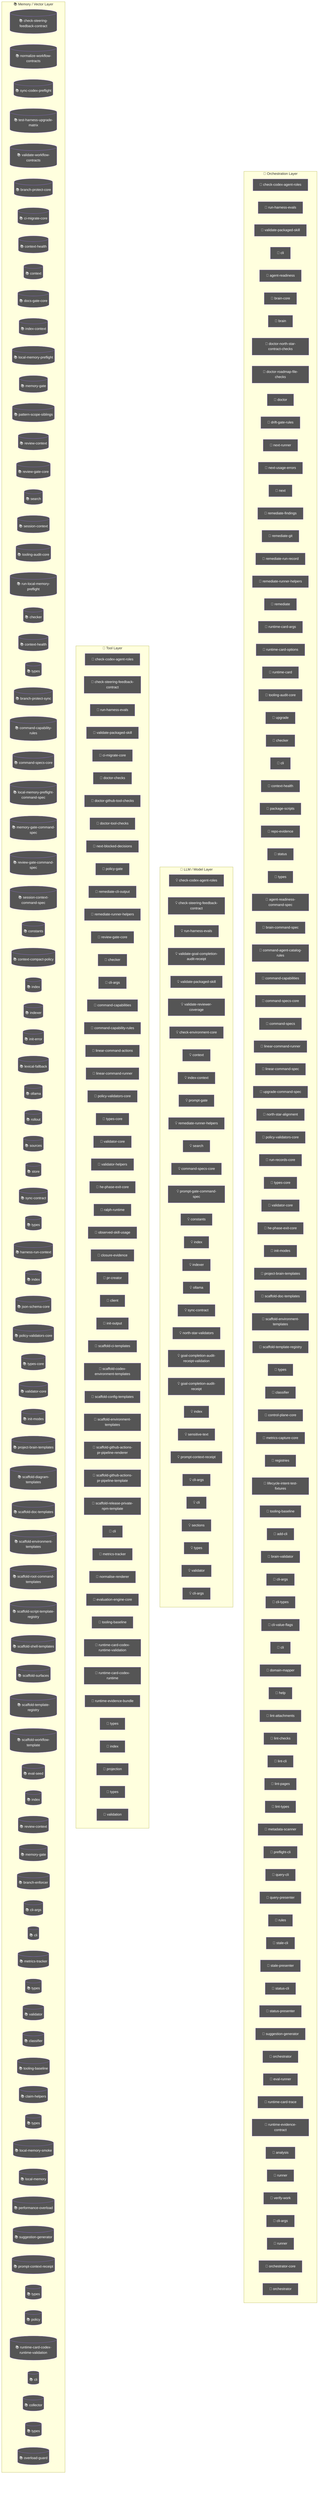
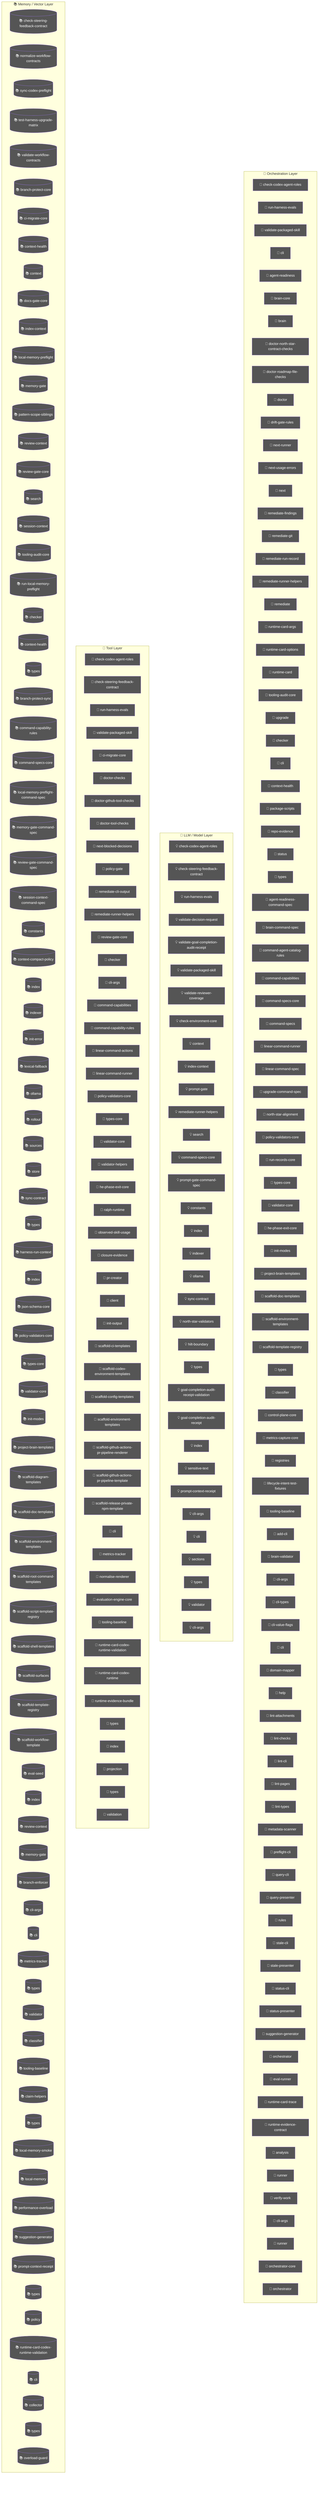
flowchart TD
  subgraph Orchestration["🎯 Orchestration Layer"]
    node_agent_mmd_orchestration_layer_orchestration_chec_7a9f0b64["🤖 check-codex-agent-roles"]
    node_agent_mmd_orchestration_layer_orchestration_run__18817957["🤖 run-harness-evals"]
    node_agent_mmd_orchestration_layer_orchestration_vali_c01b04be["🤖 validate-packaged-skill"]
    cli_99bb8840["🤖 cli"]
    agent_readiness_c82c68e6["🤖 agent-readiness"]
    brain_core_aa07c380["🤖 brain-core"]
    brain_bbbf7a64["🤖 brain"]
    doctor_north_star_contract_checks_0048124c["🤖 doctor-north-star-contract-checks"]
    doctor_roadmap_file_checks_14447b8e["🤖 doctor-roadmap-file-checks"]
    doctor_72f4be89["🤖 doctor"]
    drift_gate_rules_9685e72d["🤖 drift-gate-rules"]
    next_runner_41643472["🤖 next-runner"]
    next_usage_errors_837a345a["🤖 next-usage-errors"]
    next_c6c1c9a9["🤖 next"]
    remediate_findings_8b09c8c6["🤖 remediate-findings"]
    remediate_git_58c6f6f4["🤖 remediate-git"]
    remediate_run_record_9dfe5dc1["🤖 remediate-run-record"]
    node_agent_mmd_orchestration_layer_orchestration_reme_359fe98f["🤖 remediate-runner-helpers"]
    remediate_06b9c7fc["🤖 remediate"]
    runtime_card_args_2b3d4b28["🤖 runtime-card-args"]
    runtime_card_options_c9156ad5["🤖 runtime-card-options"]
    runtime_card_e06b53e1["🤖 runtime-card"]
    node_agent_mmd_orchestration_layer_orchestration_tool_acfe0c01["🤖 tooling-audit-core"]
    upgrade_7fef9479["🤖 upgrade"]
    node_agent_mmd_orchestration_layer_orchestration_chec_0550c395["🤖 checker"]
    cli_1_084e05fe["🤖 cli"]
    node_agent_mmd_orchestration_layer_orchestration_cont_61b3b9c9["🤖 context-health"]
    package_scripts_3ee6150f["🤖 package-scripts"]
    repo_evidence_38bb1de5["🤖 repo-evidence"]
    status_073c1634["🤖 status"]
    node_agent_mmd_orchestration_layer_orchestration_type_4f906dcc["🤖 types"]
    agent_readiness_command_spec_a30c2c1e["🤖 agent-readiness-command-spec"]
    brain_command_spec_15b122d5["🤖 brain-command-spec"]
    command_agent_catalog_rules_8e06b2af["🤖 command-agent-catalog-rules"]
    node_agent_mmd_orchestration_layer_orchestration_comm_6e41a7f7["🤖 command-capabilities"]
    node_agent_mmd_orchestration_layer_orchestration_comm_1f8cc24c["🤖 command-specs-core"]
    command_specs_69167c63["🤖 command-specs"]
    node_agent_mmd_orchestration_layer_orchestration_line_b67affd5["🤖 linear-command-runner"]
    linear_command_spec_1e12dd44["🤖 linear-command-spec"]
    upgrade_command_spec_03f6c7bd["🤖 upgrade-command-spec"]
    north_star_alignment_00440188["🤖 north-star-alignment"]
    node_agent_mmd_orchestration_layer_orchestration_poli_3270b55d["🤖 policy-validators-core"]
    run_records_core_89286dfa["🤖 run-records-core"]
    node_agent_mmd_orchestration_layer_orchestration_type_7cf81261["🤖 types-core"]
    node_agent_mmd_orchestration_layer_orchestration_vali_d9fe99e6["🤖 validator-core"]
    node_agent_mmd_orchestration_layer_orchestration_he_p_fc778c24["🤖 he-phase-exit-core"]
    node_agent_mmd_orchestration_layer_orchestration_init_2a9c3ecb["🤖 init-modes"]
    node_agent_mmd_orchestration_layer_orchestration_proj_6ab6f60f["🤖 project-brain-templates"]
    node_agent_mmd_orchestration_layer_orchestration_scaf_12cc07db["🤖 scaffold-doc-templates"]
    node_agent_mmd_orchestration_layer_orchestration_scaf_c9a90c2f["🤖 scaffold-environment-templates"]
    node_agent_mmd_orchestration_layer_orchestration_scaf_ff8f92f6["🤖 scaffold-template-registry"]
    types_13_d025517b["🤖 types"]
    node_agent_mmd_orchestration_layer_orchestration_clas_899b821a["🤖 classifier"]
    control_plane_core_db3b4cb2["🤖 control-plane-core"]
    metrics_capture_core_db4bf7cf["🤖 metrics-capture-core"]
    registries_06402afa["🤖 registries"]
    lifecycle_intent_test_fixtures_a53c7ada["🤖 lifecycle-intent-test-fixtures"]
    node_agent_mmd_orchestration_layer_orchestration_tool_cc43149f["🤖 tooling-baseline"]
    add_cli_7614de25["🤖 add-cli"]
    brain_validator_be251832["🤖 brain-validator"]
    cli_args_8_d546936e["🤖 cli-args"]
    cli_types_1686e858["🤖 cli-types"]
    cli_value_flags_732a8e43["🤖 cli-value-flags"]
    cli_9_b54c1407["🤖 cli"]
    domain_mapper_cd9333d2["🤖 domain-mapper"]
    help_106a5842["🤖 help"]
    lint_attachments_873c0632["🤖 lint-attachments"]
    lint_checks_83522b19["🤖 lint-checks"]
    lint_cli_9ec62ec0["🤖 lint-cli"]
    lint_pages_e33301d0["🤖 lint-pages"]
    lint_types_2862c255["🤖 lint-types"]
    metadata_scanner_6a101b66["🤖 metadata-scanner"]
    preflight_cli_5d148379["🤖 preflight-cli"]
    query_cli_b95be64d["🤖 query-cli"]
    query_presenter_02e6077c["🤖 query-presenter"]
    rules_6c621d1a["🤖 rules"]
    stale_cli_64548720["🤖 stale-cli"]
    stale_presenter_1de4e3a2["🤖 stale-presenter"]
    status_cli_4c24a0d6["🤖 status-cli"]
    status_presenter_8de686c1["🤖 status-presenter"]
    node_agent_mmd_orchestration_layer_orchestration_sugg_85c5ebe3["🤖 suggestion-generator"]
    orchestrator_11376b7e["🤖 orchestrator"]
    eval_runner_0966a6b3["🤖 eval-runner"]
    runtime_card_trace_64a5ca95["🤖 runtime-card-trace"]
    runtime_evidence_contract_0f7b15b2["🤖 runtime-evidence-contract"]
    analysis_f44e85c4["🤖 analysis"]
    runner_527aa9f4["🤖 runner"]
    verify_work_1_cd8e7ec3["🤖 verify-work"]
    cli_args_14_3481043e["🤖 cli-args"]
    runner_1_6f281bf8["🤖 runner"]
    orchestrator_core_d0678b53["🤖 orchestrator-core"]
    orchestrator_1_6b7137c5["🤖 orchestrator"]
  end
  subgraph LLMLayer["🧠 LLM / Model Layer"]
    node_agent_mmd_llm_model_layer_llmlayer_check_codex_a_29e7b7fa["💡 check-codex-agent-roles"]
    node_agent_mmd_llm_model_layer_llmlayer_check_steerin_a7dbbd2f["💡 check-steering-feedback-contract"]
    node_agent_mmd_llm_model_layer_llmlayer_run_harness_e_603fcfdc["💡 run-harness-evals"]
+     validate_decision_request_2e5c325e["💡 validate-decision-request"]
    validate_goal_completion_audit_receipt_100d252c["💡 validate-goal-completion-audit-receipt"]
    node_agent_mmd_llm_model_layer_llmlayer_validate_pack_2a12e1f4["💡 validate-packaged-skill"]
    validate_reviewer_coverage_251efee3["💡 validate-reviewer-coverage"]
    check_environment_core_2c16213f["💡 check-environment-core"]
    node_agent_mmd_llm_model_layer_llmlayer_context_conte_ad2dfbd9["💡 context"]
    node_agent_mmd_llm_model_layer_llmlayer_index_context_1041bd11["💡 index-context"]
    prompt_gate_c5e9d207["💡 prompt-gate"]
    node_agent_mmd_llm_model_layer_llmlayer_remediate_run_9e3d4585["💡 remediate-runner-helpers"]
    node_agent_mmd_llm_model_layer_llmlayer_search_search_66b9a911["💡 search"]
    node_agent_mmd_llm_model_layer_llmlayer_command_specs_782af9fa["💡 command-specs-core"]
    prompt_gate_command_spec_9a941482["💡 prompt-gate-command-spec"]
    node_agent_mmd_llm_model_layer_llmlayer_constants_con_c9bd3f6c["💡 constants"]
    node_agent_mmd_llm_model_layer_llmlayer_index_index_1_02e160ff["💡 index"]
    node_agent_mmd_llm_model_layer_llmlayer_indexer_index_4f4deef5["💡 indexer"]
    node_agent_mmd_llm_model_layer_llmlayer_ollama_ollama_968b23fa["💡 ollama"]
    node_agent_mmd_llm_model_layer_llmlayer_sync_contract_9f3cc8c1["💡 sync-contract"]
    north_star_validators_cfc926ce["💡 north-star-validators"]
+     hilt_boundary_9b36fb15["💡 hilt-boundary"]
+     types_7_2f1ed65e["💡 types"]
    goal_completion_audit_receipt_validation_9d0f4891["💡 goal-completion-audit-receipt-validation"]
    goal_completion_audit_receipt_5e4939c3["💡 goal-completion-audit-receipt"]
    index_2_10143590["💡 index"]
    sensitive_text_7c11f760["💡 sensitive-text"]
    node_agent_mmd_llm_model_layer_llmlayer_index_index_1_02e160ff["💡 index"]
    node_agent_mmd_llm_model_layer_llmlayer_prompt_contex_6426acc2["💡 prompt-context-receipt"]
    cli_args_9_9c136878["💡 cli-args"]
    cli_10_35dc8cbd["💡 cli"]
    sections_4697ef32["💡 sections"]
    types_23_4352ee2e["💡 types"]
    validator_6_3688adbf["💡 validator"]
    cli_args_10_861cdd3f["💡 cli-args"]
  end
  subgraph ToolLayer["🔧 Tool Layer"]
    node_agent_mmd_tool_layer_toollayer_check_codex_agent_4b361d5a["🔧 check-codex-agent-roles"]
    node_agent_mmd_tool_layer_toollayer_check_steering_fe_84ed22c2["🔧 check-steering-feedback-contract"]
    node_agent_mmd_tool_layer_toollayer_run_harness_evals_e2ee24f1["🔧 run-harness-evals"]
    node_agent_mmd_tool_layer_toollayer_validate_packaged_2855c827["🔧 validate-packaged-skill"]
    node_agent_mmd_tool_layer_toollayer_ci_migrate_core_c_049f8460["🔧 ci-migrate-core"]
    doctor_checks_5a2eb2b9["🔧 doctor-checks"]
    doctor_github_tool_checks_a53b0382["🔧 doctor-github-tool-checks"]
    doctor_tool_checks_4acac51a["🔧 doctor-tool-checks"]
    next_blocked_decisions_4140ad2b["🔧 next-blocked-decisions"]
    policy_gate_213f7313["🔧 policy-gate"]
    remediate_cli_output_cc165396["🔧 remediate-cli-output"]
    node_agent_mmd_tool_layer_toollayer_remediate_runner__c003b871["🔧 remediate-runner-helpers"]
    node_agent_mmd_tool_layer_toollayer_review_gate_core__7704598b["🔧 review-gate-core"]
    node_agent_mmd_tool_layer_toollayer_checker_checker_2_453d593b["🔧 checker"]
    cli_args_1_6144b055["🔧 cli-args"]
    node_agent_mmd_tool_layer_toollayer_command_capabilit_7fe13db1["🔧 command-capabilities"]
    node_agent_mmd_tool_layer_toollayer_command_capabilit_e97a4615["🔧 command-capability-rules"]
    linear_command_actions_e430f4f4["🔧 linear-command-actions"]
    node_agent_mmd_tool_layer_toollayer_linear_command_ru_d6763748["🔧 linear-command-runner"]
    node_agent_mmd_tool_layer_toollayer_policy_validators_af136abf["🔧 policy-validators-core"]
    node_agent_mmd_tool_layer_toollayer_types_core_types__6c8319b6["🔧 types-core"]
    node_agent_mmd_tool_layer_toollayer_validator_core_va_6ef6131f["🔧 validator-core"]
    validator_helpers_7b927667["🔧 validator-helpers"]
    node_agent_mmd_tool_layer_toollayer_he_phase_exit_cor_af016160["🔧 he-phase-exit-core"]
    ralph_runtime_73d63c0e["🔧 ralph-runtime"]
    observed_skill_usage_ed7d5930["🔧 observed-skill-usage"]
    closure_evidence_aaa31467["🔧 closure-evidence"]
    pr_creator_dc6b1ea4["🔧 pr-creator"]
    client_948fe603["🔧 client"]
    init_output_360dce91["🔧 init-output"]
    scaffold_ci_templates_2afd6392["🔧 scaffold-ci-templates"]
    scaffold_codex_environment_templates_334fbbed["🔧 scaffold-codex-environment-templates"]
    scaffold_config_templates_4b80ce53["🔧 scaffold-config-templates"]
    node_agent_mmd_tool_layer_toollayer_scaffold_environm_c1afc013["🔧 scaffold-environment-templates"]
    scaffold_github_actions_pr_pipeline_renderer_1ee18de5["🔧 scaffold-github-actions-pr-pipeline-renderer"]
    scaffold_github_actions_pr_pipeline_template_e2b85f62["🔧 scaffold-github-actions-pr-pipeline-template"]
    scaffold_release_private_npm_template_075499f8["🔧 scaffold-release-private-npm-template"]
    node_agent_mmd_tool_layer_toollayer_cli_cli_2_1_32d9eeaf["🔧 cli"]
    node_agent_mmd_tool_layer_toollayer_metrics_tracker_m_4c9237d8["🔧 metrics-tracker"]
    normalise_renderer_85f2e563["🔧 normalise-renderer"]
    evaluation_engine_core_e054fe49["🔧 evaluation-engine-core"]
    node_agent_mmd_tool_layer_toollayer_tooling_baseline__61e66e9f["🔧 tooling-baseline"]
    node_agent_mmd_tool_layer_toollayer_runtime_card_code_3636ceac["🔧 runtime-card-codex-runtime-validation"]
    runtime_card_codex_runtime_0655e230["🔧 runtime-card-codex-runtime"]
    runtime_evidence_bundle_d471a232["🔧 runtime-evidence-bundle"]
    types_32_bfe791ff["🔧 types"]
    index_12_762ec91b["🔧 index"]
    projection_1b250ea1["🔧 projection"]
    types_34_85e6a0bb["🔧 types"]
    validation_4_62980ebd["🔧 validation"]
  end
  subgraph MemoryLayer["📚 Memory / Vector Layer"]
    node_agent_mmd_memory_vector_layer_memorylayer_check__d71f8993[("📚 check-steering-feedback-contract")]
    normalize_workflow_contracts_8701f1c8[("📚 normalize-workflow-contracts")]
    sync_codex_preflight_7e7a8dc2[("📚 sync-codex-preflight")]
    test_harness_upgrade_matrix_84113c4e[("📚 test-harness-upgrade-matrix")]
    validate_workflow_contracts_33dc063c[("📚 validate-workflow-contracts")]
    branch_protect_core_a8feb0fd[("📚 branch-protect-core")]
    node_agent_mmd_memory_vector_layer_memorylayer_ci_mig_0cd5b1a4[("📚 ci-migrate-core")]
    context_health_80bb7da9[("📚 context-health")]
    node_agent_mmd_memory_vector_layer_memorylayer_contex_78ceaaa9[("📚 context")]
    docs_gate_core_eb9b6c18[("📚 docs-gate-core")]
    node_agent_mmd_memory_vector_layer_memorylayer_index__6f3402d0[("📚 index-context")]
    local_memory_preflight_dcc36c42[("📚 local-memory-preflight")]
    memory_gate_a577a506[("📚 memory-gate")]
    pattern_scope_siblings_43abe000[("📚 pattern-scope-siblings")]
    review_context_ca6cf81d[("📚 review-context")]
    node_agent_mmd_memory_vector_layer_memorylayer_review_5bee9816[("📚 review-gate-core")]
    node_agent_mmd_memory_vector_layer_memorylayer_search_ac35cb7e[("📚 search")]
    session_context_e5ec72c0[("📚 session-context")]
    node_agent_mmd_memory_vector_layer_memorylayer_toolin_a1185b8f[("📚 tooling-audit-core")]
    run_local_memory_preflight_36e92808[("📚 run-local-memory-preflight")]
    node_agent_mmd_memory_vector_layer_memorylayer_checke_a583eb4f[("📚 checker")]
    node_agent_mmd_memory_vector_layer_memorylayer_contex_fe0865d6[("📚 context-health")]
    node_agent_mmd_memory_vector_layer_memorylayer_types__9ad640a0[("📚 types")]
    branch_protect_sync_570adb18[("📚 branch-protect-sync")]
    node_agent_mmd_memory_vector_layer_memorylayer_comman_c72a5d05[("📚 command-capability-rules")]
    node_agent_mmd_memory_vector_layer_memorylayer_comman_111eb454[("📚 command-specs-core")]
    local_memory_preflight_command_spec_9e23f3ce[("📚 local-memory-preflight-command-spec")]
    memory_gate_command_spec_dc9001a9[("📚 memory-gate-command-spec")]
    review_gate_command_spec_3187376a[("📚 review-gate-command-spec")]
    session_context_command_spec_973afbb1[("📚 session-context-command-spec")]
    node_agent_mmd_memory_vector_layer_memorylayer_consta_702d3f46[("📚 constants")]
    context_compact_policy_3dcaf95d[("📚 context-compact-policy")]
    node_agent_mmd_memory_vector_layer_memorylayer_index__752bc61e[("📚 index")]
    node_agent_mmd_memory_vector_layer_memorylayer_indexe_93e6d86f[("📚 indexer")]
    init_error_5c7dd49f[("📚 init-error")]
    lexical_fallback_723e2b3e[("📚 lexical-fallback")]
    node_agent_mmd_memory_vector_layer_memorylayer_ollama_6d51be16[("📚 ollama")]
    rollout_a4fa034c[("📚 rollout")]
    sources_878a52fc[("📚 sources")]
    store_824d80d7[("📚 store")]
    node_agent_mmd_memory_vector_layer_memorylayer_sync_c_e43418bc[("📚 sync-contract")]
    types_5_f869ec4b[("📚 types")]
    harness_run_context_ac7c77a9[("📚 harness-run-context")]
    index_1_faebc14e[("📚 index")]
    json_schema_core_96d7e328[("📚 json-schema-core")]
    node_agent_mmd_memory_vector_layer_memorylayer_policy_1944de42[("📚 policy-validators-core")]
    node_agent_mmd_memory_vector_layer_memorylayer_types__83f369fa[("📚 types-core")]
    node_agent_mmd_memory_vector_layer_memorylayer_valida_41034356[("📚 validator-core")]
    node_agent_mmd_memory_vector_layer_memorylayer_init_m_333d02c5[("📚 init-modes")]
    node_agent_mmd_memory_vector_layer_memorylayer_projec_3ae304d9[("📚 project-brain-templates")]
    scaffold_diagram_templates_dd88e83c[("📚 scaffold-diagram-templates")]
    node_agent_mmd_memory_vector_layer_memorylayer_scaffo_5fd73b94[("📚 scaffold-doc-templates")]
    node_agent_mmd_memory_vector_layer_memorylayer_scaffo_12b42341[("📚 scaffold-environment-templates")]
    scaffold_root_command_templates_404fed7f[("📚 scaffold-root-command-templates")]
    scaffold_script_template_registry_69312d4e[("📚 scaffold-script-template-registry")]
    scaffold_shell_templates_0ad0f915[("📚 scaffold-shell-templates")]
    scaffold_surfaces_12d6494e[("📚 scaffold-surfaces")]
    node_agent_mmd_memory_vector_layer_memorylayer_scaffo_a86eece1[("📚 scaffold-template-registry")]
    scaffold_workflow_template_92310587[("📚 scaffold-workflow-template")]
    eval_seed_5699fd3e[("📚 eval-seed")]
    index_6_fc9e91e2[("📚 index")]
    review_context_1_e3afed15[("📚 review-context")]
    memory_gate_1_265164ac[("📚 memory-gate")]
    branch_enforcer_acb749cd[("📚 branch-enforcer")]
    cli_args_5_09ea29f0[("📚 cli-args")]
    node_agent_mmd_memory_vector_layer_memorylayer_cli_cl_1f1f89ab[("📚 cli")]
    node_agent_mmd_memory_vector_layer_memorylayer_metric_12562178[("📚 metrics-tracker")]
    types_15_86775c96[("📚 types")]
    validator_4_5180cf23[("📚 validator")]
    node_agent_mmd_memory_vector_layer_memorylayer_classi_1ebbf5ff[("📚 classifier")]
    node_agent_mmd_memory_vector_layer_memorylayer_toolin_14f86b00[("📚 tooling-baseline")]
    claim_helpers_20dc8387[("📚 claim-helpers")]
    types_20_071a0112[("📚 types")]
    local_memory_smoke_1175abfc[("📚 local-memory-smoke")]
    local_memory_0db17ecc[("📚 local-memory")]
    performance_overload_c685bfcf[("📚 performance-overload")]
    node_agent_mmd_memory_vector_layer_memorylayer_sugges_267f408d[("📚 suggestion-generator")]
    node_agent_mmd_memory_vector_layer_memorylayer_index__752bc61e[("📚 index")]
    node_agent_mmd_memory_vector_layer_memorylayer_prompt_55c0d605[("📚 prompt-context-receipt")]
    types_27_4d134744[("📚 types")]
    policy_1_fc4198db[("📚 policy")]
    node_agent_mmd_memory_vector_layer_memorylayer_runtim_a5d23e7f[("📚 runtime-card-codex-runtime-validation")]
    cli_11_338a8415[("📚 cli")]
    collector_0736fd5b[("📚 collector")]
    types_30_424b976c[("📚 types")]
    overload_guard_2748c559[("📚 overload-guard")]
  end
  classDef agentNode fill:#555,color:#fff
  class node_agent_mmd_orchestration_layer_orchestration_chec_7a9f0b64,node_agent_mmd_llm_model_layer_llmlayer_check_codex_a_29e7b7fa,node_agent_mmd_tool_layer_toollayer_check_codex_agent_4b361d5a,node_agent_mmd_orchestration_layer_orchestration_run__18817957,node_agent_mmd_llm_model_layer_llmlayer_run_harness_e_603fcfdc,node_agent_mmd_tool_layer_toollayer_run_harness_evals_e2ee24f1,node_agent_mmd_orchestration_layer_orchestration_vali_c01b04be,node_agent_mmd_llm_model_layer_llmlayer_validate_pack_2a12e1f4,node_agent_mmd_tool_layer_toollayer_validate_packaged_2855c827,cli_99bb8840,agent_readiness_c82c68e6,brain_core_aa07c380,brain_bbbf7a64,doctor_north_star_contract_checks_0048124c,doctor_roadmap_file_checks_14447b8e,doctor_72f4be89,drift_gate_rules_9685e72d,next_runner_41643472,next_usage_errors_837a345a,next_c6c1c9a9,remediate_findings_8b09c8c6,remediate_git_58c6f6f4,remediate_run_record_9dfe5dc1,node_agent_mmd_orchestration_layer_orchestration_reme_359fe98f,node_agent_mmd_llm_model_layer_llmlayer_remediate_run_9e3d4585,node_agent_mmd_tool_layer_toollayer_remediate_runner__c003b871,remediate_06b9c7fc,runtime_card_args_2b3d4b28,runtime_card_options_c9156ad5,runtime_card_e06b53e1,node_agent_mmd_orchestration_layer_orchestration_tool_acfe0c01,node_agent_mmd_memory_vector_layer_memorylayer_toolin_a1185b8f,upgrade_7fef9479,node_agent_mmd_orchestration_layer_orchestration_chec_0550c395,node_agent_mmd_tool_layer_toollayer_checker_checker_2_453d593b,node_agent_mmd_memory_vector_layer_memorylayer_checke_a583eb4f,cli_1_084e05fe,node_agent_mmd_orchestration_layer_orchestration_cont_61b3b9c9,node_agent_mmd_memory_vector_layer_memorylayer_contex_fe0865d6,package_scripts_3ee6150f,repo_evidence_38bb1de5,status_073c1634,node_agent_mmd_orchestration_layer_orchestration_type_4f906dcc,node_agent_mmd_memory_vector_layer_memorylayer_types__9ad640a0,agent_readiness_command_spec_a30c2c1e,brain_command_spec_15b122d5,command_agent_catalog_rules_8e06b2af,node_agent_mmd_orchestration_layer_orchestration_comm_6e41a7f7,node_agent_mmd_tool_layer_toollayer_command_capabilit_7fe13db1,node_agent_mmd_orchestration_layer_orchestration_comm_1f8cc24c,node_agent_mmd_llm_model_layer_llmlayer_command_specs_782af9fa,node_agent_mmd_memory_vector_layer_memorylayer_comman_111eb454,command_specs_69167c63,node_agent_mmd_orchestration_layer_orchestration_line_b67affd5,node_agent_mmd_tool_layer_toollayer_linear_command_ru_d6763748,linear_command_spec_1e12dd44,upgrade_command_spec_03f6c7bd,north_star_alignment_00440188,node_agent_mmd_orchestration_layer_orchestration_poli_3270b55d,node_agent_mmd_tool_layer_toollayer_policy_validators_af136abf,node_agent_mmd_memory_vector_layer_memorylayer_policy_1944de42,run_records_core_89286dfa,node_agent_mmd_orchestration_layer_orchestration_type_7cf81261,node_agent_mmd_tool_layer_toollayer_types_core_types__6c8319b6,node_agent_mmd_memory_vector_layer_memorylayer_types__83f369fa,node_agent_mmd_orchestration_layer_orchestration_vali_d9fe99e6,node_agent_mmd_tool_layer_toollayer_validator_core_va_6ef6131f,node_agent_mmd_memory_vector_layer_memorylayer_valida_41034356,node_agent_mmd_orchestration_layer_orchestration_he_p_fc778c24,node_agent_mmd_tool_layer_toollayer_he_phase_exit_cor_af016160,node_agent_mmd_orchestration_layer_orchestration_init_2a9c3ecb,node_agent_mmd_memory_vector_layer_memorylayer_init_m_333d02c5,node_agent_mmd_orchestration_layer_orchestration_proj_6ab6f60f,node_agent_mmd_memory_vector_layer_memorylayer_projec_3ae304d9,node_agent_mmd_orchestration_layer_orchestration_scaf_12cc07db,node_agent_mmd_memory_vector_layer_memorylayer_scaffo_5fd73b94,node_agent_mmd_orchestration_layer_orchestration_scaf_c9a90c2f,node_agent_mmd_tool_layer_toollayer_scaffold_environm_c1afc013,node_agent_mmd_memory_vector_layer_memorylayer_scaffo_12b42341,node_agent_mmd_orchestration_layer_orchestration_scaf_ff8f92f6,node_agent_mmd_memory_vector_layer_memorylayer_scaffo_a86eece1,types_13_d025517b,node_agent_mmd_orchestration_layer_orchestration_clas_899b821a,node_agent_mmd_memory_vector_layer_memorylayer_classi_1ebbf5ff,control_plane_core_db3b4cb2,metrics_capture_core_db4bf7cf,registries_06402afa,lifecycle_intent_test_fixtures_a53c7ada,node_agent_mmd_orchestration_layer_orchestration_tool_cc43149f,node_agent_mmd_tool_layer_toollayer_tooling_baseline__61e66e9f,node_agent_mmd_memory_vector_layer_memorylayer_toolin_14f86b00,add_cli_7614de25,brain_validator_be251832,cli_args_8_d546936e,cli_types_1686e858,cli_value_flags_732a8e43,cli_9_b54c1407,domain_mapper_cd9333d2,help_106a5842,lint_attachments_873c0632,lint_checks_83522b19,lint_cli_9ec62ec0,lint_pages_e33301d0,lint_types_2862c255,metadata_scanner_6a101b66,preflight_cli_5d148379,query_cli_b95be64d,query_presenter_02e6077c,rules_6c621d1a,stale_cli_64548720,stale_presenter_1de4e3a2,status_cli_4c24a0d6,status_presenter_8de686c1,node_agent_mmd_orchestration_layer_orchestration_sugg_85c5ebe3,node_agent_mmd_memory_vector_layer_memorylayer_sugges_267f408d,orchestrator_11376b7e,eval_runner_0966a6b3,runtime_card_trace_64a5ca95,runtime_evidence_contract_0f7b15b2,analysis_f44e85c4,runner_527aa9f4,verify_work_1_cd8e7ec3,cli_args_14_3481043e,runner_1_6f281bf8,orchestrator_core_d0678b53,orchestrator_1_6b7137c5 agentNode
  classDef llmNode fill:#555,color:#fff
-   class node_agent_mmd_orchestration_layer_orchestration_chec_7a9f0b64,node_agent_mmd_llm_model_layer_llmlayer_check_codex_a_29e7b7fa,node_agent_mmd_tool_layer_toollayer_check_codex_agent_4b361d5a,node_agent_mmd_llm_model_layer_llmlayer_check_steerin_a7dbbd2f,node_agent_mmd_tool_layer_toollayer_check_steering_fe_84ed22c2,node_agent_mmd_memory_vector_layer_memorylayer_check__d71f8993,node_agent_mmd_orchestration_layer_orchestration_run__18817957,node_agent_mmd_llm_model_layer_llmlayer_run_harness_e_603fcfdc,node_agent_mmd_tool_layer_toollayer_run_harness_evals_e2ee24f1,validate_goal_completion_audit_receipt_100d252c,node_agent_mmd_orchestration_layer_orchestration_vali_c01b04be,node_agent_mmd_llm_model_layer_llmlayer_validate_pack_2a12e1f4,node_agent_mmd_tool_layer_toollayer_validate_packaged_2855c827,validate_reviewer_coverage_251efee3,check_environment_core_2c16213f,node_agent_mmd_llm_model_layer_llmlayer_context_conte_ad2dfbd9,node_agent_mmd_memory_vector_layer_memorylayer_contex_78ceaaa9,node_agent_mmd_llm_model_layer_llmlayer_index_context_1041bd11,node_agent_mmd_memory_vector_layer_memorylayer_index__6f3402d0,prompt_gate_c5e9d207,node_agent_mmd_orchestration_layer_orchestration_reme_359fe98f,node_agent_mmd_llm_model_layer_llmlayer_remediate_run_9e3d4585,node_agent_mmd_tool_layer_toollayer_remediate_runner__c003b871,node_agent_mmd_llm_model_layer_llmlayer_search_search_66b9a911,node_agent_mmd_memory_vector_layer_memorylayer_search_ac35cb7e,node_agent_mmd_orchestration_layer_orchestration_comm_1f8cc24c,node_agent_mmd_llm_model_layer_llmlayer_command_specs_782af9fa,node_agent_mmd_memory_vector_layer_memorylayer_comman_111eb454,prompt_gate_command_spec_9a941482,node_agent_mmd_llm_model_layer_llmlayer_constants_con_c9bd3f6c,node_agent_mmd_memory_vector_layer_memorylayer_consta_702d3f46,node_agent_mmd_llm_model_layer_llmlayer_index_index_1_02e160ff,node_agent_mmd_memory_vector_layer_memorylayer_index__752bc61e,node_agent_mmd_llm_model_layer_llmlayer_indexer_index_4f4deef5,node_agent_mmd_memory_vector_layer_memorylayer_indexe_93e6d86f,node_agent_mmd_llm_model_layer_llmlayer_ollama_ollama_968b23fa,node_agent_mmd_memory_vector_layer_memorylayer_ollama_6d51be16,node_agent_mmd_llm_model_layer_llmlayer_sync_contract_9f3cc8c1,node_agent_mmd_memory_vector_layer_memorylayer_sync_c_e43418bc,north_star_validators_cfc926ce,goal_completion_audit_receipt_validation_9d0f4891,goal_completion_audit_receipt_5e4939c3,index_2_10143590,sensitive_text_7c11f760,node_agent_mmd_llm_model_layer_llmlayer_prompt_contex_6426acc2,node_agent_mmd_memory_vector_layer_memorylayer_prompt_55c0d605,cli_args_9_9c136878,cli_10_35dc8cbd,sections_4697ef32,types_23_4352ee2e,validator_6_3688adbf,cli_args_10_861cdd3f llmNode
+   class node_agent_mmd_orchestration_layer_orchestration_chec_7a9f0b64,node_agent_mmd_llm_model_layer_llmlayer_check_codex_a_29e7b7fa,node_agent_mmd_tool_layer_toollayer_check_codex_agent_4b361d5a,node_agent_mmd_llm_model_layer_llmlayer_check_steerin_a7dbbd2f,node_agent_mmd_tool_layer_toollayer_check_steering_fe_84ed22c2,node_agent_mmd_memory_vector_layer_memorylayer_check__d71f8993,node_agent_mmd_orchestration_layer_orchestration_run__18817957,node_agent_mmd_llm_model_layer_llmlayer_run_harness_e_603fcfdc,node_agent_mmd_tool_layer_toollayer_run_harness_evals_e2ee24f1,validate_decision_request_2e5c325e,validate_goal_completion_audit_receipt_100d252c,node_agent_mmd_orchestration_layer_orchestration_vali_c01b04be,node_agent_mmd_llm_model_layer_llmlayer_validate_pack_2a12e1f4,node_agent_mmd_tool_layer_toollayer_validate_packaged_2855c827,validate_reviewer_coverage_251efee3,check_environment_core_2c16213f,node_agent_mmd_llm_model_layer_llmlayer_context_conte_ad2dfbd9,node_agent_mmd_memory_vector_layer_memorylayer_contex_78ceaaa9,node_agent_mmd_llm_model_layer_llmlayer_index_context_1041bd11,node_agent_mmd_memory_vector_layer_memorylayer_index__6f3402d0,prompt_gate_c5e9d207,node_agent_mmd_orchestration_layer_orchestration_reme_359fe98f,node_agent_mmd_llm_model_layer_llmlayer_remediate_run_9e3d4585,node_agent_mmd_tool_layer_toollayer_remediate_runner__c003b871,node_agent_mmd_llm_model_layer_llmlayer_search_search_66b9a911,node_agent_mmd_memory_vector_layer_memorylayer_search_ac35cb7e,node_agent_mmd_orchestration_layer_orchestration_comm_1f8cc24c,node_agent_mmd_llm_model_layer_llmlayer_command_specs_782af9fa,node_agent_mmd_memory_vector_layer_memorylayer_comman_111eb454,prompt_gate_command_spec_9a941482,node_agent_mmd_llm_model_layer_llmlayer_constants_con_c9bd3f6c,node_agent_mmd_memory_vector_layer_memorylayer_consta_702d3f46,node_agent_mmd_llm_model_layer_llmlayer_index_index_1_02e160ff,node_agent_mmd_memory_vector_layer_memorylayer_index__752bc61e,node_agent_mmd_llm_model_layer_llmlayer_indexer_index_4f4deef5,node_agent_mmd_memory_vector_layer_memorylayer_indexe_93e6d86f,node_agent_mmd_llm_model_layer_llmlayer_ollama_ollama_968b23fa,node_agent_mmd_memory_vector_layer_memorylayer_ollama_6d51be16,node_agent_mmd_llm_model_layer_llmlayer_sync_contract_9f3cc8c1,node_agent_mmd_memory_vector_layer_memorylayer_sync_c_e43418bc,north_star_validators_cfc926ce,hilt_boundary_9b36fb15,types_7_2f1ed65e,goal_completion_audit_receipt_validation_9d0f4891,goal_completion_audit_receipt_5e4939c3,index_2_10143590,sensitive_text_7c11f760,node_agent_mmd_llm_model_layer_llmlayer_prompt_contex_6426acc2,node_agent_mmd_memory_vector_layer_memorylayer_prompt_55c0d605,cli_args_9_9c136878,cli_10_35dc8cbd,sections_4697ef32,types_23_4352ee2e,validator_6_3688adbf,cli_args_10_861cdd3f llmNode
  classDef toolNode fill:#555,color:#fff
  class node_agent_mmd_orchestration_layer_orchestration_chec_7a9f0b64,node_agent_mmd_llm_model_layer_llmlayer_check_codex_a_29e7b7fa,node_agent_mmd_tool_layer_toollayer_check_codex_agent_4b361d5a,node_agent_mmd_llm_model_layer_llmlayer_check_steerin_a7dbbd2f,node_agent_mmd_tool_layer_toollayer_check_steering_fe_84ed22c2,node_agent_mmd_memory_vector_layer_memorylayer_check__d71f8993,node_agent_mmd_orchestration_layer_orchestration_run__18817957,node_agent_mmd_llm_model_layer_llmlayer_run_harness_e_603fcfdc,node_agent_mmd_tool_layer_toollayer_run_harness_evals_e2ee24f1,node_agent_mmd_orchestration_layer_orchestration_vali_c01b04be,node_agent_mmd_llm_model_layer_llmlayer_validate_pack_2a12e1f4,node_agent_mmd_tool_layer_toollayer_validate_packaged_2855c827,node_agent_mmd_tool_layer_toollayer_ci_migrate_core_c_049f8460,node_agent_mmd_memory_vector_layer_memorylayer_ci_mig_0cd5b1a4,doctor_checks_5a2eb2b9,doctor_github_tool_checks_a53b0382,doctor_tool_checks_4acac51a,next_blocked_decisions_4140ad2b,policy_gate_213f7313,remediate_cli_output_cc165396,node_agent_mmd_orchestration_layer_orchestration_reme_359fe98f,node_agent_mmd_llm_model_layer_llmlayer_remediate_run_9e3d4585,node_agent_mmd_tool_layer_toollayer_remediate_runner__c003b871,node_agent_mmd_tool_layer_toollayer_review_gate_core__7704598b,node_agent_mmd_memory_vector_layer_memorylayer_review_5bee9816,node_agent_mmd_orchestration_layer_orchestration_chec_0550c395,node_agent_mmd_tool_layer_toollayer_checker_checker_2_453d593b,node_agent_mmd_memory_vector_layer_memorylayer_checke_a583eb4f,cli_args_1_6144b055,node_agent_mmd_orchestration_layer_orchestration_comm_6e41a7f7,node_agent_mmd_tool_layer_toollayer_command_capabilit_7fe13db1,node_agent_mmd_tool_layer_toollayer_command_capabilit_e97a4615,node_agent_mmd_memory_vector_layer_memorylayer_comman_c72a5d05,linear_command_actions_e430f4f4,node_agent_mmd_orchestration_layer_orchestration_line_b67affd5,node_agent_mmd_tool_layer_toollayer_linear_command_ru_d6763748,node_agent_mmd_orchestration_layer_orchestration_poli_3270b55d,node_agent_mmd_tool_layer_toollayer_policy_validators_af136abf,node_agent_mmd_memory_vector_layer_memorylayer_policy_1944de42,node_agent_mmd_orchestration_layer_orchestration_type_7cf81261,node_agent_mmd_tool_layer_toollayer_types_core_types__6c8319b6,node_agent_mmd_memory_vector_layer_memorylayer_types__83f369fa,node_agent_mmd_orchestration_layer_orchestration_vali_d9fe99e6,node_agent_mmd_tool_layer_toollayer_validator_core_va_6ef6131f,node_agent_mmd_memory_vector_layer_memorylayer_valida_41034356,validator_helpers_7b927667,node_agent_mmd_orchestration_layer_orchestration_he_p_fc778c24,node_agent_mmd_tool_layer_toollayer_he_phase_exit_cor_af016160,ralph_runtime_73d63c0e,observed_skill_usage_ed7d5930,closure_evidence_aaa31467,pr_creator_dc6b1ea4,client_948fe603,init_output_360dce91,scaffold_ci_templates_2afd6392,scaffold_codex_environment_templates_334fbbed,scaffold_config_templates_4b80ce53,node_agent_mmd_orchestration_layer_orchestration_scaf_c9a90c2f,node_agent_mmd_tool_layer_toollayer_scaffold_environm_c1afc013,node_agent_mmd_memory_vector_layer_memorylayer_scaffo_12b42341,scaffold_github_actions_pr_pipeline_renderer_1ee18de5,scaffold_github_actions_pr_pipeline_template_e2b85f62,scaffold_release_private_npm_template_075499f8,node_agent_mmd_tool_layer_toollayer_cli_cli_2_1_32d9eeaf,node_agent_mmd_memory_vector_layer_memorylayer_cli_cl_1f1f89ab,node_agent_mmd_tool_layer_toollayer_metrics_tracker_m_4c9237d8,node_agent_mmd_memory_vector_layer_memorylayer_metric_12562178,normalise_renderer_85f2e563,evaluation_engine_core_e054fe49,node_agent_mmd_orchestration_layer_orchestration_tool_cc43149f,node_agent_mmd_tool_layer_toollayer_tooling_baseline__61e66e9f,node_agent_mmd_memory_vector_layer_memorylayer_toolin_14f86b00,node_agent_mmd_tool_layer_toollayer_runtime_card_code_3636ceac,node_agent_mmd_memory_vector_layer_memorylayer_runtim_a5d23e7f,runtime_card_codex_runtime_0655e230,runtime_evidence_bundle_d471a232,types_32_bfe791ff,index_12_762ec91b,projection_1b250ea1,types_34_85e6a0bb,validation_4_62980ebd toolNode
  classDef memNode fill:#555,color:#fff
  class node_agent_mmd_llm_model_layer_llmlayer_check_steerin_a7dbbd2f,node_agent_mmd_tool_layer_toollayer_check_steering_fe_84ed22c2,node_agent_mmd_memory_vector_layer_memorylayer_check__d71f8993,normalize_workflow_contracts_8701f1c8,sync_codex_preflight_7e7a8dc2,test_harness_upgrade_matrix_84113c4e,validate_workflow_contracts_33dc063c,branch_protect_core_a8feb0fd,node_agent_mmd_tool_layer_toollayer_ci_migrate_core_c_049f8460,node_agent_mmd_memory_vector_layer_memorylayer_ci_mig_0cd5b1a4,context_health_80bb7da9,node_agent_mmd_llm_model_layer_llmlayer_context_conte_ad2dfbd9,node_agent_mmd_memory_vector_layer_memorylayer_contex_78ceaaa9,docs_gate_core_eb9b6c18,node_agent_mmd_llm_model_layer_llmlayer_index_context_1041bd11,node_agent_mmd_memory_vector_layer_memorylayer_index__6f3402d0,local_memory_preflight_dcc36c42,memory_gate_a577a506,pattern_scope_siblings_43abe000,review_context_ca6cf81d,node_agent_mmd_tool_layer_toollayer_review_gate_core__7704598b,node_agent_mmd_memory_vector_layer_memorylayer_review_5bee9816,node_agent_mmd_llm_model_layer_llmlayer_search_search_66b9a911,node_agent_mmd_memory_vector_layer_memorylayer_search_ac35cb7e,session_context_e5ec72c0,node_agent_mmd_orchestration_layer_orchestration_tool_acfe0c01,node_agent_mmd_memory_vector_layer_memorylayer_toolin_a1185b8f,run_local_memory_preflight_36e92808,node_agent_mmd_orchestration_layer_orchestration_chec_0550c395,node_agent_mmd_tool_layer_toollayer_checker_checker_2_453d593b,node_agent_mmd_memory_vector_layer_memorylayer_checke_a583eb4f,node_agent_mmd_orchestration_layer_orchestration_cont_61b3b9c9,node_agent_mmd_memory_vector_layer_memorylayer_contex_fe0865d6,node_agent_mmd_orchestration_layer_orchestration_type_4f906dcc,node_agent_mmd_memory_vector_layer_memorylayer_types__9ad640a0,branch_protect_sync_570adb18,node_agent_mmd_tool_layer_toollayer_command_capabilit_e97a4615,node_agent_mmd_memory_vector_layer_memorylayer_comman_c72a5d05,node_agent_mmd_orchestration_layer_orchestration_comm_1f8cc24c,node_agent_mmd_llm_model_layer_llmlayer_command_specs_782af9fa,node_agent_mmd_memory_vector_layer_memorylayer_comman_111eb454,local_memory_preflight_command_spec_9e23f3ce,memory_gate_command_spec_dc9001a9,review_gate_command_spec_3187376a,session_context_command_spec_973afbb1,node_agent_mmd_llm_model_layer_llmlayer_constants_con_c9bd3f6c,node_agent_mmd_memory_vector_layer_memorylayer_consta_702d3f46,context_compact_policy_3dcaf95d,node_agent_mmd_llm_model_layer_llmlayer_index_index_1_02e160ff,node_agent_mmd_memory_vector_layer_memorylayer_index__752bc61e,node_agent_mmd_llm_model_layer_llmlayer_indexer_index_4f4deef5,node_agent_mmd_memory_vector_layer_memorylayer_indexe_93e6d86f,init_error_5c7dd49f,lexical_fallback_723e2b3e,node_agent_mmd_llm_model_layer_llmlayer_ollama_ollama_968b23fa,node_agent_mmd_memory_vector_layer_memorylayer_ollama_6d51be16,rollout_a4fa034c,sources_878a52fc,store_824d80d7,node_agent_mmd_llm_model_layer_llmlayer_sync_contract_9f3cc8c1,node_agent_mmd_memory_vector_layer_memorylayer_sync_c_e43418bc,types_5_f869ec4b,harness_run_context_ac7c77a9,index_1_faebc14e,json_schema_core_96d7e328,node_agent_mmd_orchestration_layer_orchestration_poli_3270b55d,node_agent_mmd_tool_layer_toollayer_policy_validators_af136abf,node_agent_mmd_memory_vector_layer_memorylayer_policy_1944de42,node_agent_mmd_orchestration_layer_orchestration_type_7cf81261,node_agent_mmd_tool_layer_toollayer_types_core_types__6c8319b6,node_agent_mmd_memory_vector_layer_memorylayer_types__83f369fa,node_agent_mmd_orchestration_layer_orchestration_vali_d9fe99e6,node_agent_mmd_tool_layer_toollayer_validator_core_va_6ef6131f,node_agent_mmd_memory_vector_layer_memorylayer_valida_41034356,node_agent_mmd_orchestration_layer_orchestration_init_2a9c3ecb,node_agent_mmd_memory_vector_layer_memorylayer_init_m_333d02c5,node_agent_mmd_orchestration_layer_orchestration_proj_6ab6f60f,node_agent_mmd_memory_vector_layer_memorylayer_projec_3ae304d9,scaffold_diagram_templates_dd88e83c,node_agent_mmd_orchestration_layer_orchestration_scaf_12cc07db,node_agent_mmd_memory_vector_layer_memorylayer_scaffo_5fd73b94,node_agent_mmd_orchestration_layer_orchestration_scaf_c9a90c2f,node_agent_mmd_tool_layer_toollayer_scaffold_environm_c1afc013,node_agent_mmd_memory_vector_layer_memorylayer_scaffo_12b42341,scaffold_root_command_templates_404fed7f,scaffold_script_template_registry_69312d4e,scaffold_shell_templates_0ad0f915,scaffold_surfaces_12d6494e,node_agent_mmd_orchestration_layer_orchestration_scaf_ff8f92f6,node_agent_mmd_memory_vector_layer_memorylayer_scaffo_a86eece1,scaffold_workflow_template_92310587,eval_seed_5699fd3e,index_6_fc9e91e2,review_context_1_e3afed15,memory_gate_1_265164ac,branch_enforcer_acb749cd,cli_args_5_09ea29f0,node_agent_mmd_tool_layer_toollayer_cli_cli_2_1_32d9eeaf,node_agent_mmd_memory_vector_layer_memorylayer_cli_cl_1f1f89ab,node_agent_mmd_tool_layer_toollayer_metrics_tracker_m_4c9237d8,node_agent_mmd_memory_vector_layer_memorylayer_metric_12562178,types_15_86775c96,validator_4_5180cf23,node_agent_mmd_orchestration_layer_orchestration_clas_899b821a,node_agent_mmd_memory_vector_layer_memorylayer_classi_1ebbf5ff,node_agent_mmd_orchestration_layer_orchestration_tool_cc43149f,node_agent_mmd_tool_layer_toollayer_tooling_baseline__61e66e9f,node_agent_mmd_memory_vector_layer_memorylayer_toolin_14f86b00,claim_helpers_20dc8387,types_20_071a0112,local_memory_smoke_1175abfc,local_memory_0db17ecc,performance_overload_c685bfcf,node_agent_mmd_orchestration_layer_orchestration_sugg_85c5ebe3,node_agent_mmd_memory_vector_layer_memorylayer_sugges_267f408d,node_agent_mmd_llm_model_layer_llmlayer_prompt_contex_6426acc2,node_agent_mmd_memory_vector_layer_memorylayer_prompt_55c0d605,types_27_4d134744,policy_1_fc4198db,node_agent_mmd_tool_layer_toollayer_runtime_card_code_3636ceac,node_agent_mmd_memory_vector_layer_memorylayer_runtim_a5d23e7f,cli_11_338a8415,collector_0736fd5b,types_30_424b976c,overload_guard_2748c559 memNode
